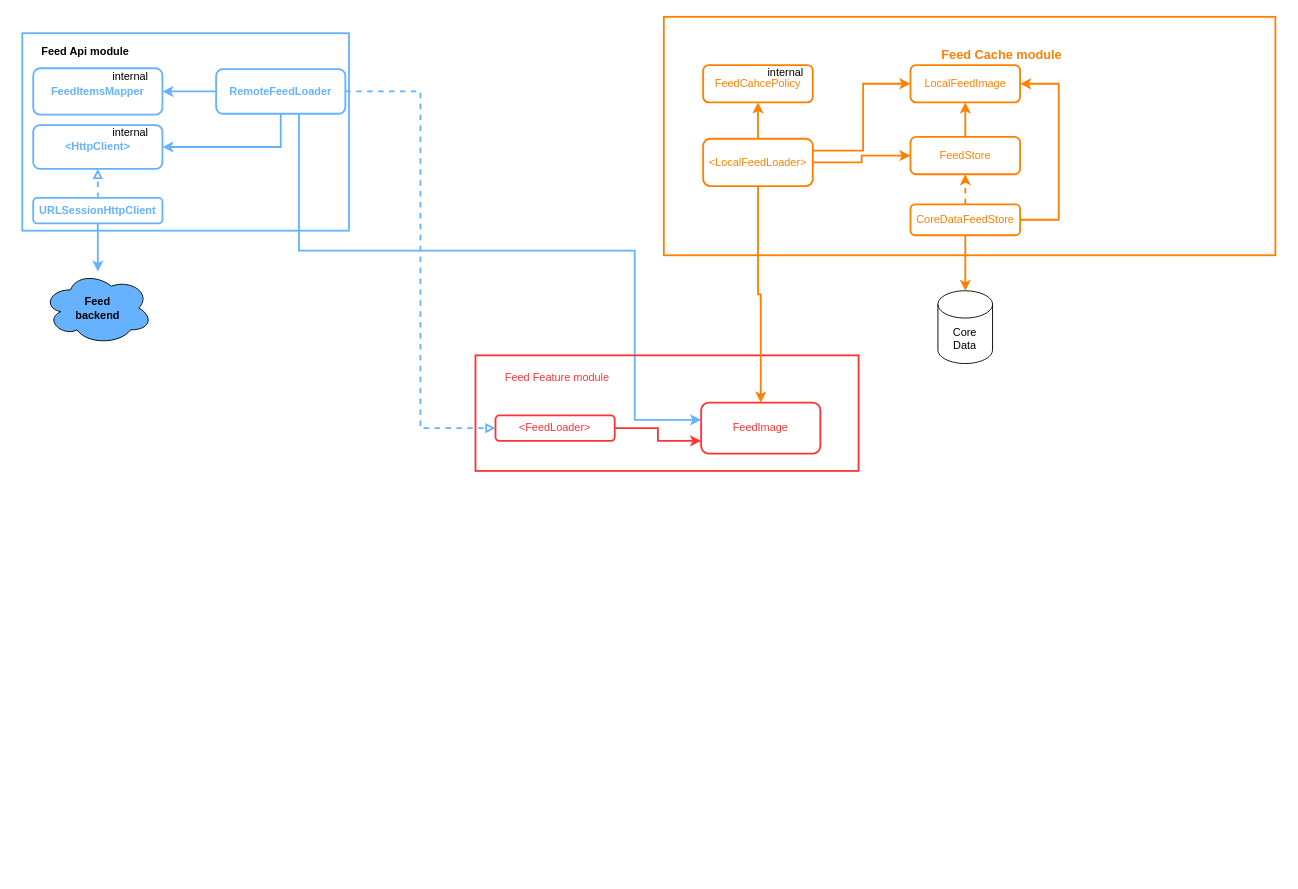
ispiryan/FeedApp keeps this draw.io diagram as FeedAppDiagram.drawio. Above is the earlier version. Source tidied: cells renumbered, new cells numbered last; positions are measured from the earlier drawing's top-left corner, leaving out a move shared by most shapes. Both pictures are drawn from the tidied source at 91%, with x=0, y=0 at pixel (22, 16).
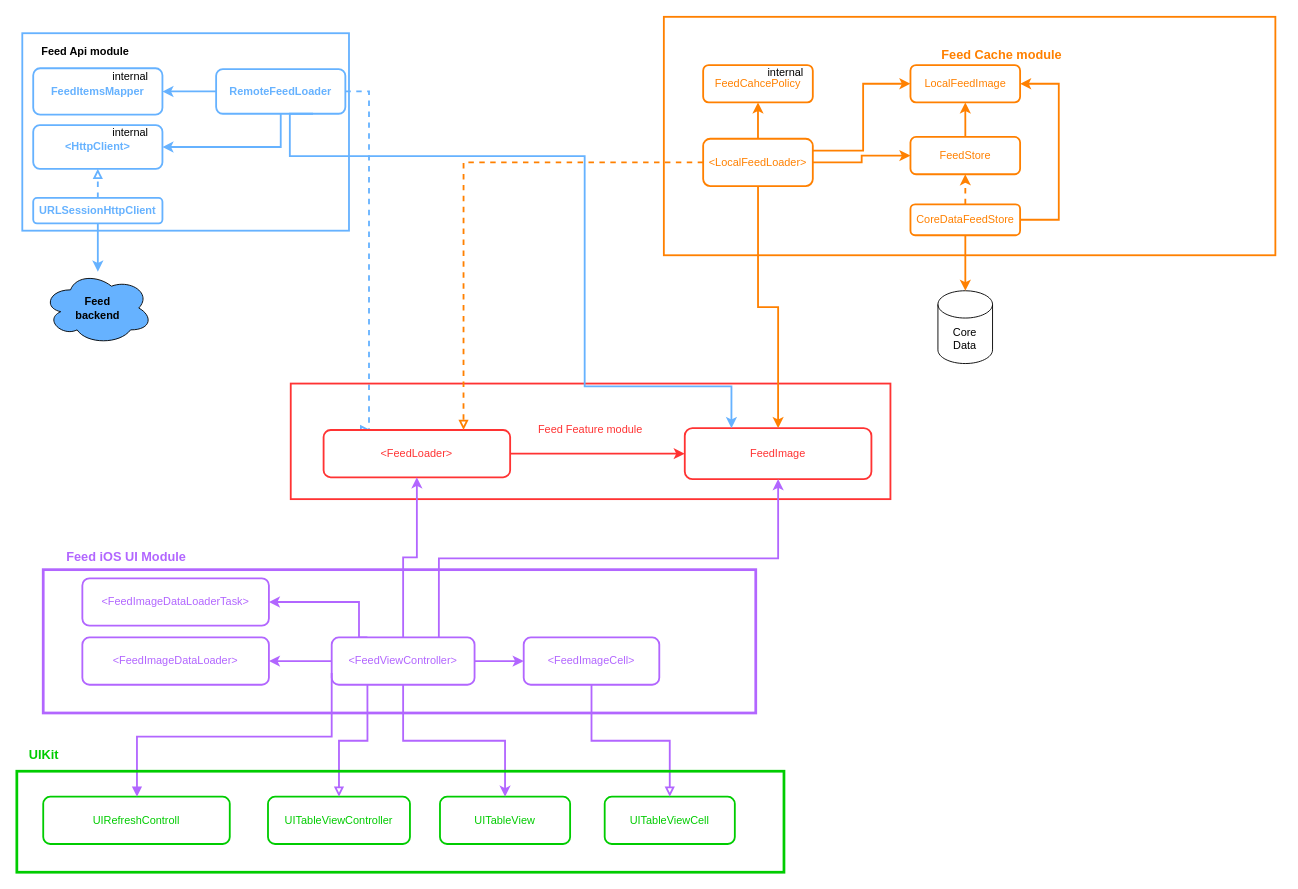
The same page after the edit.

The change refers to these unchanged cells:
```xml
<mxCell id="7" value="RemoteFeedLoader" style="rounded=1;whiteSpace=wrap;html=1;strokeColor=#66B2FF;strokeWidth=2;fillColor=none;fontColor=#66B2FF;fontStyle=1;" parent="1" vertex="1">
  <mxGeometry x="213" y="57.5" width="142" height="49" as="geometry" />
</mxCell>
<mxCell id="27" value="&amp;lt;LocalFeedLoader&amp;gt;" style="rounded=1;whiteSpace=wrap;html=1;strokeColor=#FF8000;strokeWidth=2;fontColor=#FF8000;fillColor=none;" parent="22" vertex="1">
  <mxGeometry x="50.2" y="88" width="120.5" height="52" as="geometry" />
</mxCell>
```

Change to the diagram source:
```diff
@@
-    <mxCell id="3" style="edgeStyle=orthogonalEdgeStyle;rounded=0;jettySize=auto;html=1;entryX=0;entryY=0.5;entryDx=0;entryDy=0;dashed=1;strokeWidth=2;strokeColor=#66B2FF;endArrow=block;endFill=0;fillColor=#f8cecc;" parent="1" edge="1" source="7" target="18">
-      <mxGeometry relative="1" as="geometry" />
+    <mxCell id="3" style="edgeStyle=orthogonalEdgeStyle;rounded=0;jettySize=auto;html=1;entryX=0.25;entryY=0;entryDx=0;entryDy=0;dashed=1;strokeWidth=2;strokeColor=#66B2FF;endArrow=block;endFill=0;fillColor=#f8cecc;" parent="1" edge="1" source="7" target="18">
+      <mxGeometry relative="1" as="geometry">
+        <Array as="points">
+          <mxPoint x="381" y="82" />
+        </Array>
+      </mxGeometry>
     </mxCell>
@@
-    <mxCell id="5" style="edgeStyle=orthogonalEdgeStyle;rounded=0;jettySize=auto;html=1;entryX=0;entryY=0.337;entryDx=0;entryDy=0;strokeColor=#66B2FF;strokeWidth=2;fontSize=14;fontColor=#FF8000;entryPerimeter=0;" parent="1" edge="1" source="7" target="19">
-      <mxGeometry relative="1" as="geometry">
-        <Array as="points">
-          <mxPoint x="304" y="257" />
-          <mxPoint x="673" y="257" />
-          <mxPoint x="673" y="442" />
-          <mxPoint x="746" y="442" />
-        </Array>
-      </mxGeometry>
-    </mxCell>
@@
     <mxCell id="15" style="group;" parent="1" vertex="1">
-      <mxGeometry x="498" y="372" width="421" height="127" as="geometry" />
+      <mxGeometry x="295" y="403" width="659" height="127" as="geometry" />
     </mxCell>
     <mxCell id="16" style="rounded=0;whiteSpace=wrap;html=1;strokeColor=#FF3333;strokeWidth=2;fontColor=#FF3333;fillColor=none;" parent="15" vertex="1">
-      <mxGeometry width="421" height="127" as="geometry" />
+      <mxGeometry width="659" height="127" as="geometry" />
     </mxCell>
-    <mxCell id="17" value="Feed Feature module" style="text;html=1;strokeColor=none;fillColor=none;align=center;verticalAlign=middle;whiteSpace=wrap;rounded=0;fontColor=#FF3333;" parent="15" vertex="1">
-      <mxGeometry x="26" y="10" width="128" height="30" as="geometry" />
-    </mxCell>
     <mxCell id="18" value="&amp;lt;FeedLoader&amp;gt;" style="rounded=1;whiteSpace=wrap;html=1;fontColor=#FF3333;strokeColor=#FF3333;strokeWidth=2;" parent="15" vertex="1">
-      <mxGeometry x="22" y="66" width="131" height="28" as="geometry" />
+      <mxGeometry x="36.1" y="51" width="205" height="52" as="geometry" />
     </mxCell>
     <mxCell id="19" value="FeedImage" style="rounded=1;whiteSpace=wrap;html=1;fontColor=#FF3333;strokeColor=#FF3333;strokeWidth=2;" parent="15" vertex="1">
-      <mxGeometry x="248" y="52" width="131" height="56" as="geometry" />
+      <mxGeometry x="433" y="49" width="205.1" height="56" as="geometry" />
     </mxCell>
-    <mxCell id="20" style="edgeStyle=orthogonalEdgeStyle;rounded=0;jettySize=auto;html=1;entryX=0;entryY=0.75;entryDx=0;entryDy=0;strokeColor=#FF3333;strokeWidth=2;fontColor=#FF3333;" parent="15" edge="1" source="18" target="19">
+    <mxCell id="20" style="edgeStyle=orthogonalEdgeStyle;rounded=0;jettySize=auto;html=1;entryX=0;entryY=0.5;entryDx=0;entryDy=0;strokeColor=#FF3333;strokeWidth=2;fontColor=#FF3333;" parent="15" edge="1" source="18" target="19">
       <mxGeometry relative="1" as="geometry" />
     </mxCell>
+    <mxCell id="17" value="Feed Feature module" style="text;html=1;strokeColor=none;fillColor=none;align=center;verticalAlign=middle;whiteSpace=wrap;rounded=0;fontColor=#FF3333;" parent="15" vertex="1">
+      <mxGeometry x="259.9" y="36" width="139.3" height="30" as="geometry" />
+    </mxCell>
@@
+    <mxCell id="5" style="edgeStyle=orthogonalEdgeStyle;rounded=0;jettySize=auto;html=1;strokeWidth=2;strokeColor=#66B2FF;exitX=0.75;exitY=1;exitDx=0;exitDy=0;entryX=0.25;entryY=0;entryDx=0;entryDy=0;" parent="1" edge="1" source="7" target="19">
+      <mxGeometry relative="1" as="geometry">
+        <Array as="points">
+          <mxPoint x="294" y="107" />
+          <mxPoint x="294" y="153" />
+          <mxPoint x="618" y="153" />
+          <mxPoint x="618" y="406" />
+          <mxPoint x="779" y="406" />
+        </Array>
+      </mxGeometry>
+    </mxCell>
+    <mxCell id="42" style="edgeStyle=orthogonalEdgeStyle;rounded=0;jettySize=auto;html=1;entryX=0.75;entryY=0;entryDx=0;entryDy=0;strokeWidth=2;strokeColor=#FF8000;dashed=1;endArrow=block;endFill=0;" parent="1" edge="1" source="27" target="18">
+      <mxGeometry relative="1" as="geometry" />
+    </mxCell>
+    <mxCell id="43" style="edgeStyle=orthogonalEdgeStyle;rounded=0;jettySize=auto;html=1;strokeColor=#B266FF;strokeWidth=2;fontColor=#B266FF;endArrow=classic;endFill=1;" parent="1" edge="1" source="55" target="18">
+      <mxGeometry relative="1" as="geometry" />
+    </mxCell>
+    <mxCell id="44" style="edgeStyle=orthogonalEdgeStyle;rounded=0;jettySize=auto;html=1;exitX=0.75;exitY=0;exitDx=0;exitDy=0;strokeColor=#B266FF;strokeWidth=2;fontColor=#B266FF;endArrow=classic;endFill=1;" parent="1" edge="1" source="55" target="19">
+      <mxGeometry relative="1" as="geometry" />
+    </mxCell>
+    <mxCell id="45" value="UIRefreshControll" style="rounded=1;whiteSpace=wrap;html=1;fontColor=#00CC00;strokeColor=#00CC00;strokeWidth=2;" parent="1" vertex="1">
+      <mxGeometry x="23" y="857" width="205" height="52" as="geometry" />
+    </mxCell>
+    <mxCell id="46" value="UITableViewController" style="rounded=1;whiteSpace=wrap;html=1;fontColor=#00CC00;strokeColor=#00CC00;strokeWidth=2;" parent="1" vertex="1">
+      <mxGeometry x="270" y="857" width="156" height="52" as="geometry" />
+    </mxCell>
+    <mxCell id="47" value="UITableView" style="rounded=1;whiteSpace=wrap;html=1;fontColor=#00CC00;strokeColor=#00CC00;strokeWidth=2;" parent="1" vertex="1">
+      <mxGeometry x="459" y="857" width="143" height="52" as="geometry" />
+    </mxCell>
+    <mxCell id="48" value="UITableViewCell" style="rounded=1;whiteSpace=wrap;html=1;fontColor=#00CC00;strokeColor=#00CC00;strokeWidth=2;" parent="1" vertex="1">
+      <mxGeometry x="640" y="857" width="143" height="52" as="geometry" />
+    </mxCell>
+    <mxCell id="49" style="group;" parent="1" vertex="1">
+      <mxGeometry x="23" y="577.5" width="783" height="187.5" as="geometry" />
+    </mxCell>
+    <mxCell id="50" style="rounded=0;whiteSpace=wrap;html=1;strokeColor=#B266FF;fontColor=#B266FF;fillColor=none;strokeWidth=3;" parent="49" vertex="1">
+      <mxGeometry y="30" width="783" height="157.5" as="geometry" />
+    </mxCell>
+    <mxCell id="51" value="&lt;font&gt;&amp;lt;FeedImageDataLoaderTask&amp;gt;&lt;/font&gt;" style="rounded=1;whiteSpace=wrap;html=1;fontColor=#B266FF;strokeColor=#B266FF;strokeWidth=2;" parent="49" vertex="1">
+      <mxGeometry x="43" y="39.5" width="205" height="52" as="geometry" />
+    </mxCell>
+    <mxCell id="52" value="&lt;font&gt;&amp;lt;FeedImageDataLoader&amp;gt;&lt;/font&gt;" style="rounded=1;whiteSpace=wrap;html=1;fontColor=#B266FF;strokeColor=#B266FF;strokeWidth=2;" parent="49" vertex="1">
+      <mxGeometry x="43" y="104.5" width="205" height="52" as="geometry" />
+    </mxCell>
+    <mxCell id="53" style="edgeStyle=orthogonalEdgeStyle;rounded=0;jettySize=auto;html=1;strokeColor=#B266FF;strokeWidth=2;fontColor=#B266FF;endArrow=classic;endFill=1;" parent="49" edge="1" source="55" target="52">
+      <mxGeometry relative="1" as="geometry" />
+    </mxCell>
+    <mxCell id="54" style="edgeStyle=orthogonalEdgeStyle;rounded=0;jettySize=auto;html=1;entryX=1;entryY=0.5;entryDx=0;entryDy=0;strokeColor=#B266FF;strokeWidth=2;fontColor=#B266FF;endArrow=classic;endFill=1;exitX=0.25;exitY=0;exitDx=0;exitDy=0;" parent="49" edge="1" source="55" target="51">
+      <mxGeometry relative="1" as="geometry">
+        <Array as="points">
+          <mxPoint x="347" y="65.5" />
+        </Array>
+      </mxGeometry>
+    </mxCell>
+    <mxCell id="55" value="&lt;font&gt;&amp;lt;FeedViewController&amp;gt;&lt;/font&gt;" style="rounded=1;whiteSpace=wrap;html=1;fontColor=#B266FF;strokeColor=#B266FF;strokeWidth=2;" parent="49" vertex="1">
+      <mxGeometry x="317" y="104.5" width="157" height="52" as="geometry" />
+    </mxCell>
+    <mxCell id="56" value="&lt;font&gt;&amp;lt;FeedImageCell&amp;gt;&lt;/font&gt;" style="rounded=1;whiteSpace=wrap;html=1;fontColor=#B266FF;strokeColor=#B266FF;strokeWidth=2;" parent="49" vertex="1">
+      <mxGeometry x="528" y="104.5" width="149" height="52" as="geometry" />
+    </mxCell>
+    <mxCell id="57" style="edgeStyle=orthogonalEdgeStyle;rounded=0;jettySize=auto;html=1;strokeColor=#B266FF;strokeWidth=2;fontColor=#B266FF;endArrow=classic;endFill=1;" parent="49" edge="1" source="55" target="56">
+      <mxGeometry relative="1" as="geometry" />
+    </mxCell>
+    <mxCell id="58" value="Feed iOS UI Module" style="text;html=1;strokeColor=none;fillColor=none;align=center;verticalAlign=middle;whiteSpace=wrap;rounded=0;fontColor=#B266FF;fontStyle=1;fontSize=14;" parent="49" vertex="1">
+      <mxGeometry x="6" width="171" height="30" as="geometry" />
+    </mxCell>
+    <mxCell id="59" style="edgeStyle=orthogonalEdgeStyle;rounded=0;jettySize=auto;html=1;strokeColor=#B266FF;strokeWidth=2;fontSize=14;fontColor=#00CC00;endArrow=block;endFill=0;" parent="1" edge="1" source="56" target="48">
+      <mxGeometry relative="1" as="geometry" />
+    </mxCell>
+    <mxCell id="60" style="edgeStyle=orthogonalEdgeStyle;rounded=0;jettySize=auto;html=1;strokeColor=#B266FF;strokeWidth=2;fontSize=14;fontColor=#00CC00;endArrow=classic;endFill=1;" parent="1" edge="1" source="55" target="47">
+      <mxGeometry relative="1" as="geometry" />
+    </mxCell>
+    <mxCell id="61" style="edgeStyle=orthogonalEdgeStyle;rounded=0;jettySize=auto;html=1;exitX=0.25;exitY=1;exitDx=0;exitDy=0;strokeColor=#B266FF;strokeWidth=2;fontSize=14;fontColor=#00CC00;endArrow=block;endFill=0;" parent="1" edge="1" source="55" target="46">
+      <mxGeometry relative="1" as="geometry" />
+    </mxCell>
+    <mxCell id="62" style="edgeStyle=orthogonalEdgeStyle;rounded=0;jettySize=auto;html=1;exitX=0;exitY=0.75;exitDx=0;exitDy=0;strokeColor=#B266FF;strokeWidth=2;fontSize=14;fontColor=#00CC00;endArrow=block;endFill=1;" parent="1" edge="1" source="55" target="45">
+      <mxGeometry relative="1" as="geometry">
+        <Array as="points">
+          <mxPoint x="340" y="791" />
+          <mxPoint x="126" y="791" />
+        </Array>
+      </mxGeometry>
+    </mxCell>
+    <mxCell id="63" style="rounded=0;whiteSpace=wrap;html=1;strokeColor=#00CC00;strokeWidth=3;fontSize=14;fontColor=#00CC00;fillColor=none;" parent="1" vertex="1">
+      <mxGeometry x="-6" y="829" width="843" height="111" as="geometry" />
+    </mxCell>
+    <mxCell id="64" value="UIKit" style="text;html=1;strokeColor=none;fillColor=none;align=center;verticalAlign=middle;whiteSpace=wrap;rounded=0;fontSize=14;fontColor=#00CC00;fontStyle=1;" parent="1" vertex="1">
+      <mxGeometry x="-6" y="796" width="60" height="30" as="geometry" />
+    </mxCell>
```
